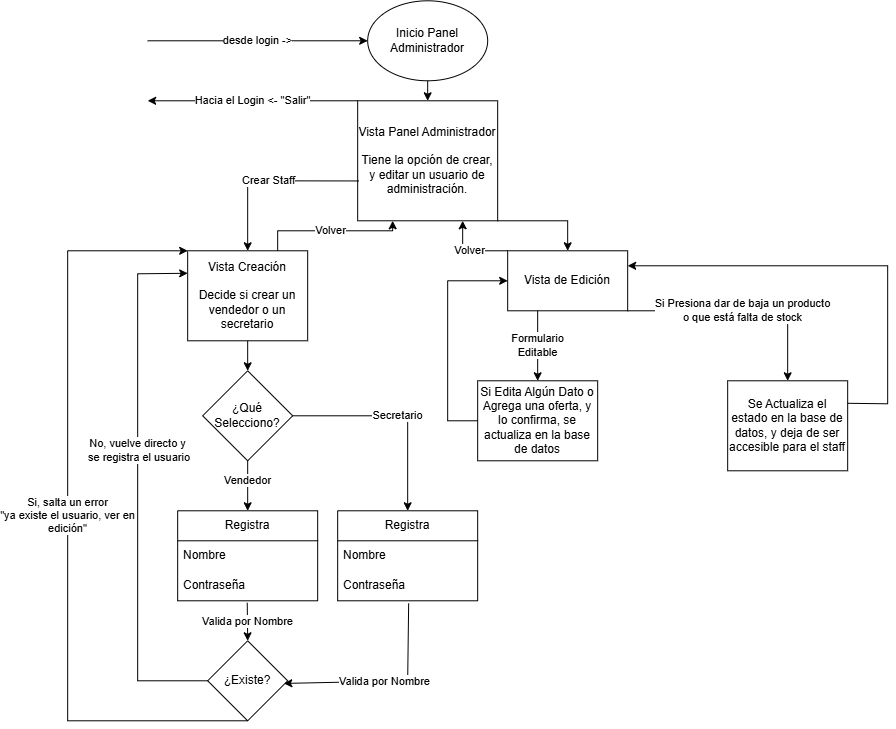
The draw.io diagram Docs/DiagramasFlujo/Administracion/panelAdministradorFlujo.png in facutorr2005/FINAL-DESARROLLO-WEB, before a commit. Source tidied: cells renumbered, new cells last; positions are measured from the earlier drawing's top-left corner, leaving out a move shared by most shapes.
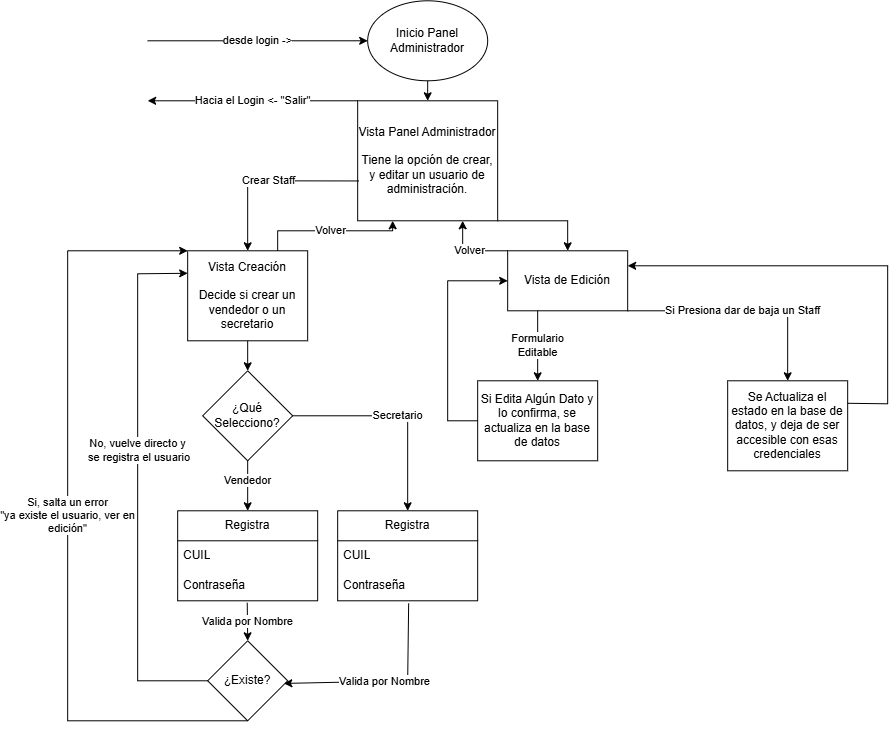
After the commit.

Diff of the diagram source:
```diff
@@ -55,7 +55,7 @@
     <mxCell id="13" value="Formulario&lt;br&gt;Editable" style="endArrow=classic;html=1;rounded=0;exitX=0.25;exitY=1;exitDx=0;exitDy=0;" parent="1" edge="1" source="12" target="14">
       <mxGeometry relative="1" as="geometry" />
     </mxCell>
-    <mxCell id="14" value="Si Edita Algún Dato o Agrega una oferta, y lo confirma, se actualiza en la base de datos" style="rounded=0;whiteSpace=wrap;html=1;" parent="1" vertex="1">
+    <mxCell id="14" value="Si Edita Algún Dato y lo confirma, se actualiza en la base de datos" style="rounded=0;whiteSpace=wrap;html=1;" parent="1" vertex="1">
       <mxGeometry x="410.2" y="380.3" width="120" height="80" as="geometry" />
     </mxCell>
     <mxCell id="15" style="endArrow=classic;html=1;rounded=0;entryX=0;entryY=0.5;entryDx=0;entryDy=0;exitX=0;exitY=0.5;exitDx=0;exitDy=0;" parent="1" edge="1" source="14" target="12">
@@ -66,14 +66,14 @@
         </Array>
       </mxGeometry>
     </mxCell>
-    <mxCell id="16" value="Si Presiona dar de baja un producto&lt;br&gt;o que está falta de stock" style="endArrow=classic;html=1;rounded=0;exitX=1;exitY=1;exitDx=0;exitDy=0;" parent="1" edge="1" source="12" target="17">
+    <mxCell id="16" value="Si Presiona dar de baja un Staff" style="endArrow=classic;html=1;rounded=0;exitX=1;exitY=1;exitDx=0;exitDy=0;" parent="1" edge="1" source="12" target="17">
       <mxGeometry relative="1" as="geometry">
         <Array as="points">
           <mxPoint x="720.2" y="310.3" />
         </Array>
       </mxGeometry>
     </mxCell>
-    <mxCell id="17" value="Se Actualiza el estado en la base de datos, y deja de ser accesible para el staff" style="rounded=0;whiteSpace=wrap;html=1;" parent="1" vertex="1">
+    <mxCell id="17" value="Se Actualiza el estado en la base de datos, y deja de ser accesible con esas credenciales" style="rounded=0;whiteSpace=wrap;html=1;" parent="1" vertex="1">
       <mxGeometry x="660.2" y="380.3" width="120" height="90" as="geometry" />
     </mxCell>
     <mxCell id="18" style="endArrow=classic;html=1;rounded=0;entryX=1;entryY=0.25;entryDx=0;entryDy=0;exitX=1;exitY=0.25;exitDx=0;exitDy=0;" parent="1" edge="1" source="17" target="12">
@@ -93,7 +93,7 @@
     <mxCell id="21" value="Registra" style="swimlane;fontStyle=0;horizontal=1;startSize=30;whiteSpace=wrap;html=1;" parent="1" vertex="1">
       <mxGeometry x="110.2" y="510.3" width="140" height="90" as="geometry" />
     </mxCell>
-    <mxCell id="22" value="Nombre" style="text;strokeColor=none;fillColor=none;align=left;verticalAlign=middle;spacingLeft=4;spacingRight=4;overflow=hidden;whiteSpace=wrap;html=1;" parent="21" vertex="1">
+    <mxCell id="22" value="CUIL" style="text;strokeColor=none;fillColor=none;align=left;verticalAlign=middle;spacingLeft=4;spacingRight=4;overflow=hidden;whiteSpace=wrap;html=1;" parent="21" vertex="1">
       <mxGeometry y="30" width="140" height="30" as="geometry" />
     </mxCell>
     <mxCell id="23" value="Contraseña" style="text;strokeColor=none;fillColor=none;align=left;verticalAlign=middle;spacingLeft=4;spacingRight=4;overflow=hidden;points=[[0,0.5],[1,0.5]];portConstraint=eastwest;whiteSpace=wrap;html=1;" parent="21" vertex="1">
@@ -131,7 +131,7 @@
     <mxCell id="29" value="Registra" style="swimlane;fontStyle=0;horizontal=1;startSize=30;whiteSpace=wrap;html=1;" parent="1" vertex="1">
       <mxGeometry x="270.2" y="510.3" width="140" height="90" as="geometry" />
     </mxCell>
-    <mxCell id="30" value="Nombre" style="text;strokeColor=none;fillColor=none;align=left;verticalAlign=middle;spacingLeft=4;spacingRight=4;overflow=hidden;whiteSpace=wrap;html=1;" parent="29" vertex="1">
+    <mxCell id="30" value="CUIL" style="text;strokeColor=none;fillColor=none;align=left;verticalAlign=middle;spacingLeft=4;spacingRight=4;overflow=hidden;whiteSpace=wrap;html=1;" parent="29" vertex="1">
       <mxGeometry y="30" width="140" height="30" as="geometry" />
     </mxCell>
     <mxCell id="31" value="Contraseña" style="text;strokeColor=none;fillColor=none;align=left;verticalAlign=middle;spacingLeft=4;spacingRight=4;overflow=hidden;points=[[0,0.5],[1,0.5]];portConstraint=eastwest;whiteSpace=wrap;html=1;" parent="29" vertex="1">
```
